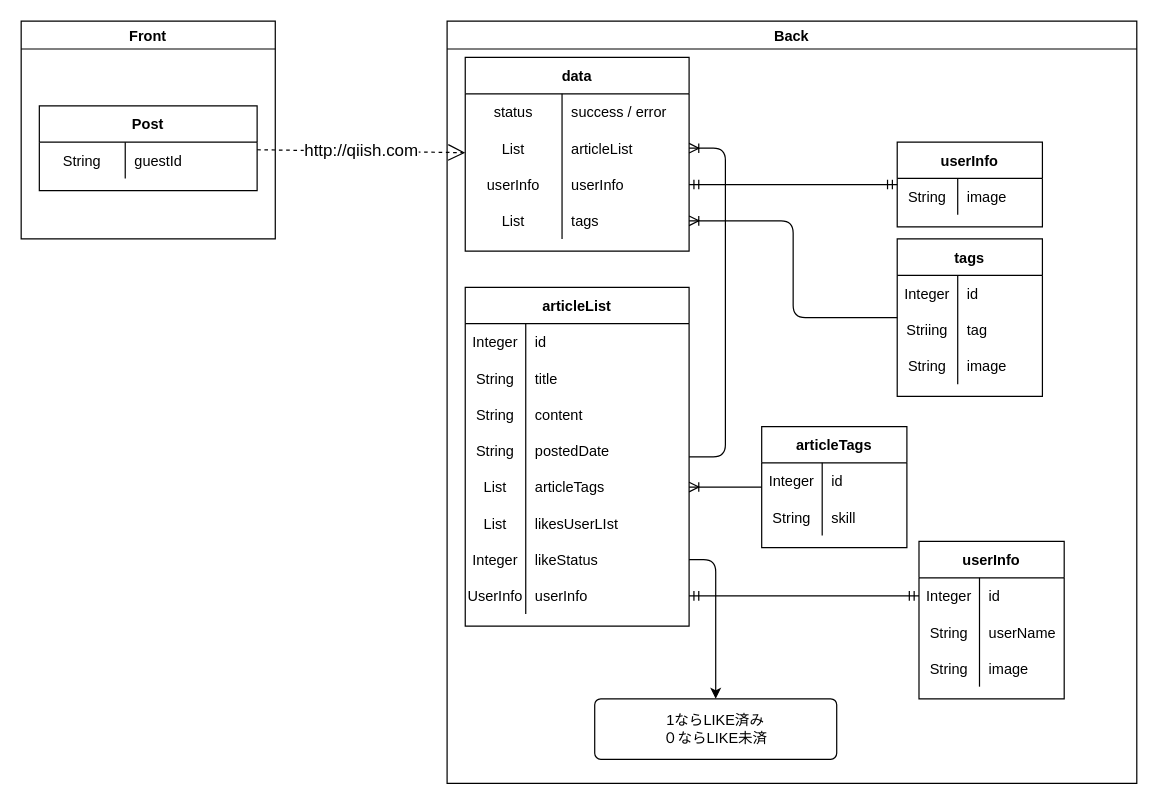
Before: page "[表示]トップページ" (2 of 23) of Designs/基本設計.drawio in yusuke-rakus/Qiish, a draw.io diagram. Source tidied: cells renumbered, new cells numbered last; positions are measured from the earlier drawing's top-left corner, leaving out a move shared by most shapes. Both pictures are drawn from the tidied source at 121%, with x=0, y=0 at pixel (21, 21).
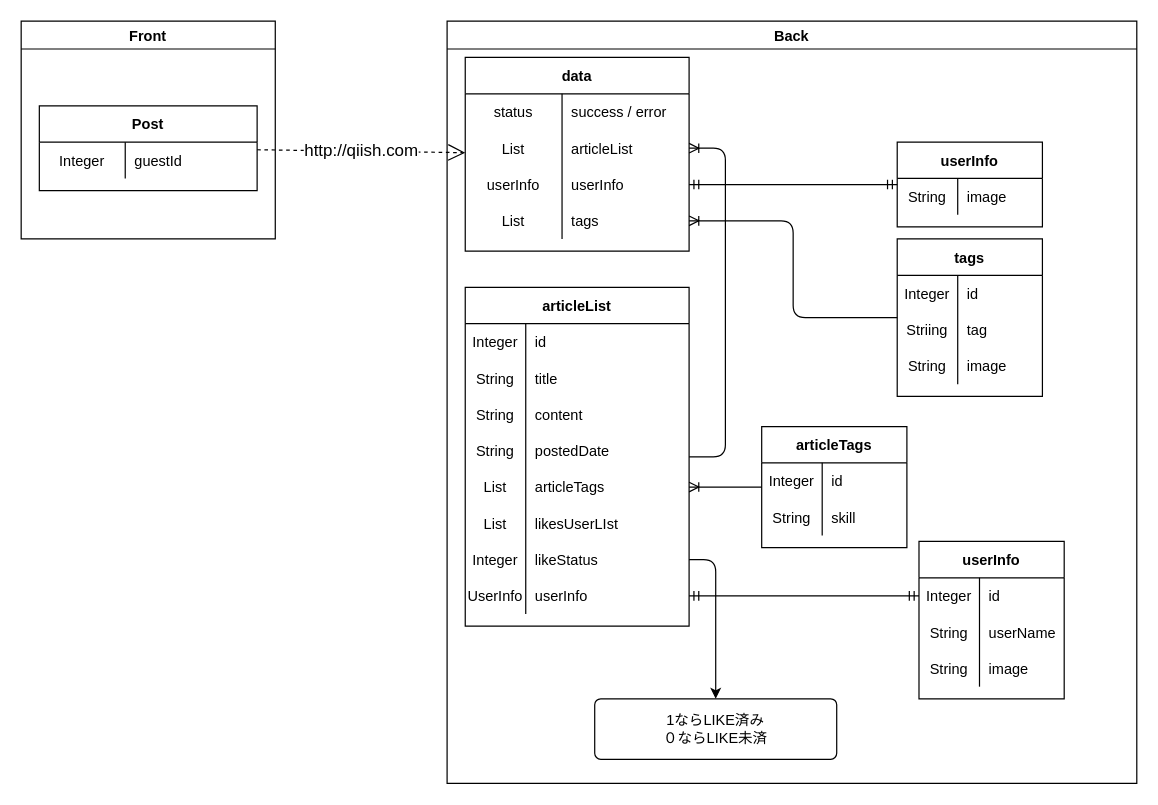
After the change.

Unchanged cells that the change refers to:
```xml
<mxCell id="82" style="shape=partialRectangle;fillColor=none;top=0;left=0;bottom=0;right=0;" parent="81" vertex="1">
  <mxGeometry y="30" width="180" height="30" as="geometry" />
</mxCell>
```

Diff of the diagram source:
```diff
@@
-    <mxCell id="83" value="String" style="shape=partialRectangle;fillColor=none;top=0;left=0;bottom=0;right=0;overflow=hidden;" parent="82" vertex="1">
+    <mxCell id="83" value="Integer" style="shape=partialRectangle;fillColor=none;top=0;left=0;bottom=0;right=0;overflow=hidden;" parent="82" vertex="1">
       <mxGeometry width="71" height="30" as="geometry" />
     </mxCell>
```
